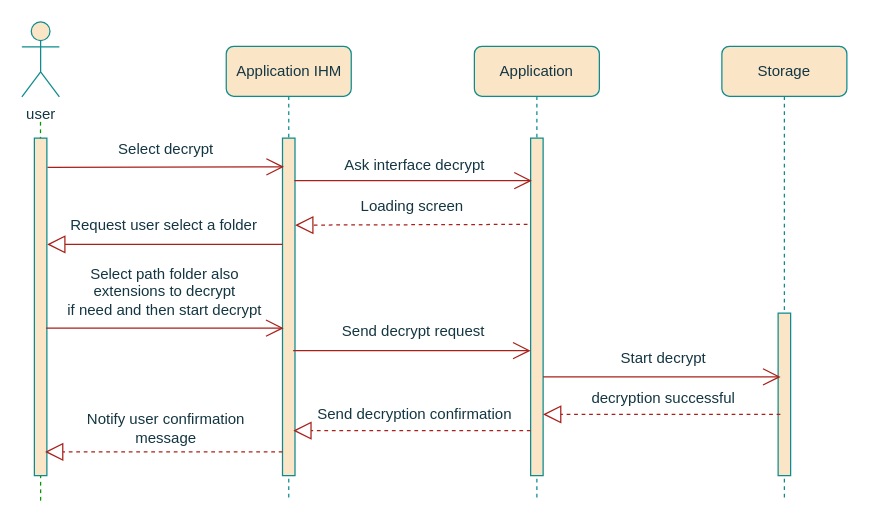
Before: EasySave3.0 Decrypt.drawio in Weicheng178/UML, a draw.io diagram. Source tidied: cells renumbered, new cells numbered last; positions are measured from the earlier drawing's top-left corner, leaving out a move shared by most shapes. Both pictures are drawn from the tidied source at 125%, with x=0, y=0 at pixel (21, 21).
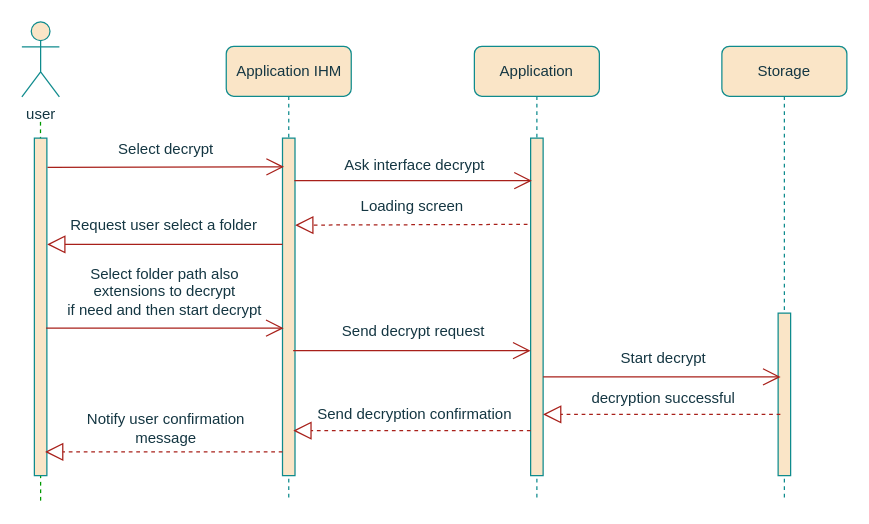
After the change.

Diff of the diagram source:
```diff
@@
-    <mxCell id="15" value="Select path folder also &lt;br&gt;extensions to decrypt&lt;br&gt;if need and then start decrypt" style="text;html=1;align=center;verticalAlign=middle;strokeColor=none;fillColor=none;rounded=1;fontColor=#143642;" parent="1" vertex="1">
+    <mxCell id="15" value="Select folder path also &lt;br&gt;extensions to decrypt&lt;br&gt;if need and then start decrypt" style="text;html=1;align=center;verticalAlign=middle;strokeColor=none;fillColor=none;rounded=1;fontColor=#143642;" parent="1" vertex="1">
       <mxGeometry x="24.4" y="186" width="180" height="60" as="geometry" />
     </mxCell>
```
